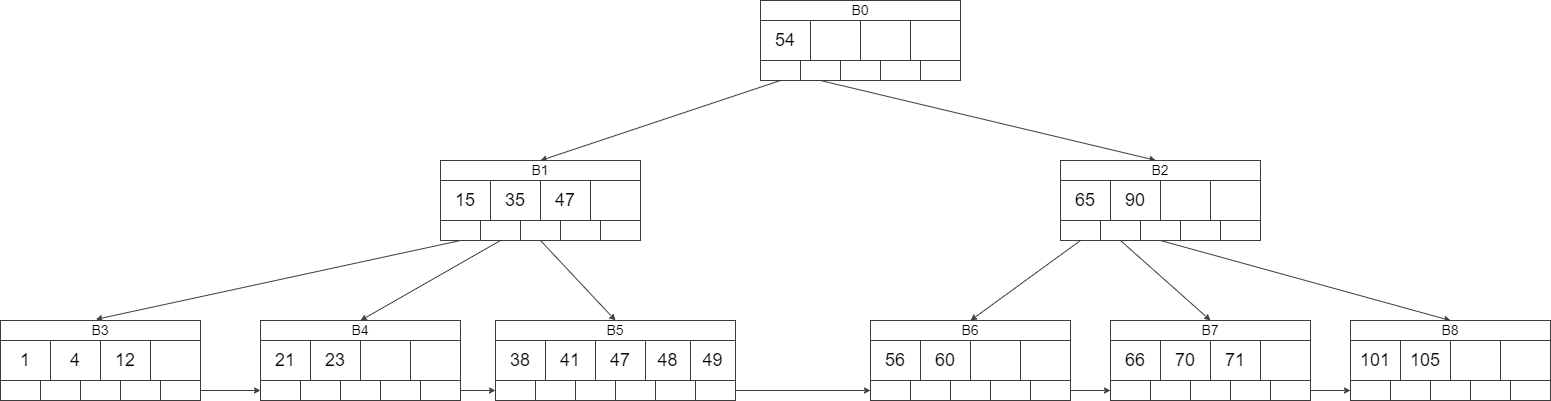
Above: Copy of HW3.drawio.png in ZhuoruLi/gitdraw (draw.io), before the change. Source tidied: cells renumbered, new cells last; positions are measured from the earlier drawing's top-left corner, leaving out a move shared by most shapes.
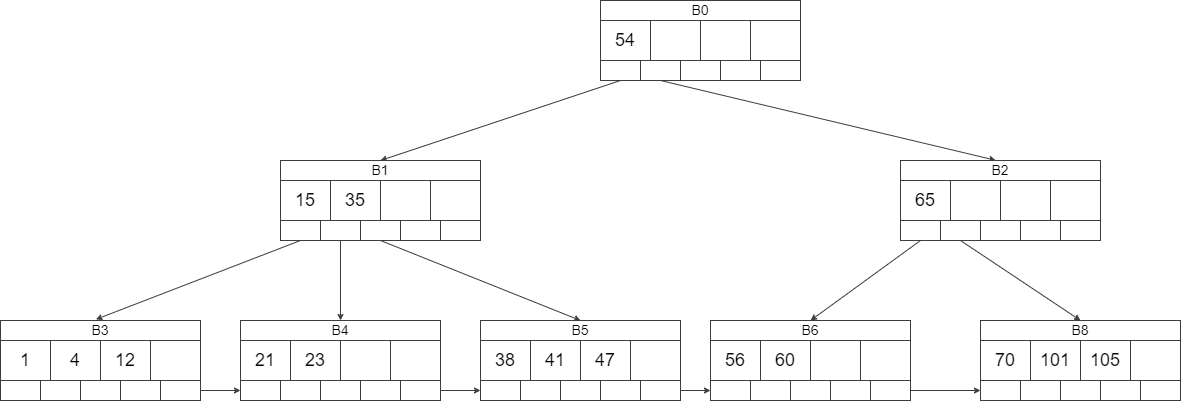
Later version of the same file.

Change to the diagram source:
```diff
@@ -47,7 +47,7 @@
     <mxCell id="16" value="35" style="rounded=0;whiteSpace=wrap;html=1;hachureGap=4;strokeColor=#3D3D3D;fontSize=18;" parent="1" vertex="1">
       <mxGeometry x="490" y="180" width="50" height="40" as="geometry" />
     </mxCell>
-    <mxCell id="17" value="47" style="rounded=0;whiteSpace=wrap;html=1;hachureGap=4;strokeColor=#3D3D3D;fontSize=18;" parent="1" vertex="1">
+    <mxCell id="17" style="rounded=0;whiteSpace=wrap;html=1;hachureGap=4;strokeColor=#3D3D3D;fontSize=18;" parent="1" vertex="1">
       <mxGeometry x="540" y="180" width="50" height="40" as="geometry" />
     </mxCell>
     <mxCell id="18" style="rounded=0;whiteSpace=wrap;html=1;hachureGap=4;strokeColor=#3D3D3D;fontSize=18;" parent="1" vertex="1">
@@ -83,7 +83,7 @@
     <mxCell id="28" value="65" style="rounded=0;whiteSpace=wrap;html=1;hachureGap=4;strokeColor=#3D3D3D;fontSize=18;" parent="1" vertex="1">
       <mxGeometry x="1060" y="180" width="50" height="40" as="geometry" />
     </mxCell>
-    <mxCell id="29" value="90" style="rounded=0;whiteSpace=wrap;html=1;hachureGap=4;strokeColor=#3D3D3D;fontSize=18;" parent="1" vertex="1">
+    <mxCell id="29" style="rounded=0;whiteSpace=wrap;html=1;hachureGap=4;strokeColor=#3D3D3D;fontSize=18;" parent="1" vertex="1">
       <mxGeometry x="1110" y="180" width="50" height="40" as="geometry" />
     </mxCell>
     <mxCell id="30" style="rounded=0;whiteSpace=wrap;html=1;hachureGap=4;strokeColor=#3D3D3D;fontSize=18;" parent="1" vertex="1">
@@ -98,7 +98,7 @@
     <mxCell id="33" style="rounded=0;whiteSpace=wrap;html=1;hachureGap=4;strokeColor=#3D3D3D;fontSize=18;" parent="1" vertex="1">
       <mxGeometry x="1060" y="220" width="40" height="20" as="geometry" />
     </mxCell>
-    <mxCell id="34" style="edgeStyle=none;curved=1;rounded=0;jettySize=auto;html=1;exitX=0.5;exitY=1;exitDx=0;exitDy=0;entryX=0.5;entryY=0;entryDx=0;entryDy=0;endArrow=classic;endFill=1;startSize=0;endSize=4;sourcePerimeterSpacing=1;targetPerimeterSpacing=0;strokeWidth=1;strokeColor=#3D3D3D;fontSize=18;" parent="1" edge="1" source="35" target="83">
+    <mxCell id="34" style="edgeStyle=none;curved=1;rounded=0;jettySize=auto;html=1;exitX=0.5;exitY=1;exitDx=0;exitDy=0;entryX=0.5;entryY=0;entryDx=0;entryDy=0;endArrow=classic;endFill=1;startSize=0;endSize=4;sourcePerimeterSpacing=1;targetPerimeterSpacing=0;strokeWidth=1;strokeColor=#3D3D3D;fontSize=18;" parent="1" edge="1" source="35" target="95">
       <mxGeometry relative="1" as="geometry" />
     </mxCell>
     <mxCell id="35" style="rounded=0;whiteSpace=wrap;html=1;hachureGap=4;strokeColor=#3D3D3D;fontSize=18;" parent="1" vertex="1">
@@ -114,103 +114,103 @@
       <mxGeometry x="1220" y="220" width="40" height="20" as="geometry" />
     </mxCell>
     <mxCell id="39" value="B3" style="rounded=0;whiteSpace=wrap;html=1;hachureGap=4;strokeColor=#3D3D3D;fontSize=14;" parent="1" vertex="1">
-      <mxGeometry y="320" width="200" height="20" as="geometry" />
+      <mxGeometry x="160" y="320" width="200" height="20" as="geometry" />
     </mxCell>
     <mxCell id="40" value="1" style="rounded=0;whiteSpace=wrap;html=1;hachureGap=4;strokeColor=#3D3D3D;fontSize=18;" parent="1" vertex="1">
-      <mxGeometry y="340" width="50" height="40" as="geometry" />
+      <mxGeometry x="160" y="340" width="50" height="40" as="geometry" />
     </mxCell>
     <mxCell id="41" value="4" style="rounded=0;whiteSpace=wrap;html=1;hachureGap=4;strokeColor=#3D3D3D;fontSize=18;" parent="1" vertex="1">
-      <mxGeometry x="50" y="340" width="50" height="40" as="geometry" />
+      <mxGeometry x="210" y="340" width="50" height="40" as="geometry" />
     </mxCell>
     <mxCell id="42" value="12" style="rounded=0;whiteSpace=wrap;html=1;hachureGap=4;strokeColor=#3D3D3D;fontSize=18;" parent="1" vertex="1">
-      <mxGeometry x="100" y="340" width="50" height="40" as="geometry" />
+      <mxGeometry x="260" y="340" width="50" height="40" as="geometry" />
     </mxCell>
     <mxCell id="43" style="rounded=0;whiteSpace=wrap;html=1;hachureGap=4;strokeColor=#3D3D3D;fontSize=18;" parent="1" vertex="1">
-      <mxGeometry x="150" y="340" width="50" height="40" as="geometry" />
+      <mxGeometry x="310" y="340" width="50" height="40" as="geometry" />
     </mxCell>
     <mxCell id="44" style="rounded=0;whiteSpace=wrap;html=1;hachureGap=4;strokeColor=#3D3D3D;fontSize=18;" parent="1" vertex="1">
-      <mxGeometry y="380" width="40" height="20" as="geometry" />
+      <mxGeometry x="160" y="380" width="40" height="20" as="geometry" />
     </mxCell>
     <mxCell id="45" style="rounded=0;whiteSpace=wrap;html=1;hachureGap=4;strokeColor=#3D3D3D;fontSize=18;" parent="1" vertex="1">
-      <mxGeometry x="40" y="380" width="40" height="20" as="geometry" />
+      <mxGeometry x="200" y="380" width="40" height="20" as="geometry" />
     </mxCell>
     <mxCell id="46" style="rounded=0;whiteSpace=wrap;html=1;hachureGap=4;strokeColor=#3D3D3D;fontSize=18;" parent="1" vertex="1">
-      <mxGeometry x="80" y="380" width="40" height="20" as="geometry" />
+      <mxGeometry x="240" y="380" width="40" height="20" as="geometry" />
     </mxCell>
     <mxCell id="47" style="rounded=0;whiteSpace=wrap;html=1;hachureGap=4;strokeColor=#3D3D3D;fontSize=18;" parent="1" vertex="1">
-      <mxGeometry x="120" y="380" width="40" height="20" as="geometry" />
+      <mxGeometry x="280" y="380" width="40" height="20" as="geometry" />
     </mxCell>
     <mxCell id="48" style="edgeStyle=none;curved=1;rounded=0;jettySize=auto;html=1;exitX=1;exitY=0.5;exitDx=0;exitDy=0;entryX=0;entryY=0.5;entryDx=0;entryDy=0;endArrow=classic;endFill=1;startSize=0;endSize=4;sourcePerimeterSpacing=1;targetPerimeterSpacing=0;strokeWidth=1;strokeColor=#3D3D3D;fontSize=18;" parent="1" edge="1" source="49" target="55">
       <mxGeometry relative="1" as="geometry" />
     </mxCell>
     <mxCell id="49" style="rounded=0;whiteSpace=wrap;html=1;hachureGap=4;strokeColor=#3D3D3D;fontSize=18;" parent="1" vertex="1">
-      <mxGeometry x="160" y="380" width="40" height="20" as="geometry" />
+      <mxGeometry x="320" y="380" width="40" height="20" as="geometry" />
     </mxCell>
     <mxCell id="50" value="B4" style="rounded=0;whiteSpace=wrap;html=1;hachureGap=4;strokeColor=#3D3D3D;fontSize=14;" parent="1" vertex="1">
-      <mxGeometry x="260" y="320" width="200" height="20" as="geometry" />
+      <mxGeometry x="400" y="320" width="200" height="20" as="geometry" />
     </mxCell>
     <mxCell id="51" value="21" style="rounded=0;whiteSpace=wrap;html=1;hachureGap=4;strokeColor=#3D3D3D;fontSize=18;" parent="1" vertex="1">
-      <mxGeometry x="260" y="340" width="50" height="40" as="geometry" />
+      <mxGeometry x="400" y="340" width="50" height="40" as="geometry" />
     </mxCell>
     <mxCell id="52" value="23" style="rounded=0;whiteSpace=wrap;html=1;hachureGap=4;strokeColor=#3D3D3D;fontSize=18;" parent="1" vertex="1">
-      <mxGeometry x="310" y="340" width="50" height="40" as="geometry" />
+      <mxGeometry x="450" y="340" width="50" height="40" as="geometry" />
     </mxCell>
     <mxCell id="53" style="rounded=0;whiteSpace=wrap;html=1;hachureGap=4;strokeColor=#3D3D3D;fontSize=18;" parent="1" vertex="1">
-      <mxGeometry x="360" y="340" width="50" height="40" as="geometry" />
+      <mxGeometry x="500" y="340" width="50" height="40" as="geometry" />
     </mxCell>
     <mxCell id="54" style="rounded=0;whiteSpace=wrap;html=1;hachureGap=4;strokeColor=#3D3D3D;fontSize=18;" parent="1" vertex="1">
-      <mxGeometry x="410" y="340" width="50" height="40" as="geometry" />
+      <mxGeometry x="550" y="340" width="50" height="40" as="geometry" />
     </mxCell>
     <mxCell id="55" style="rounded=0;whiteSpace=wrap;html=1;hachureGap=4;strokeColor=#3D3D3D;fontSize=18;" parent="1" vertex="1">
-      <mxGeometry x="260" y="380" width="40" height="20" as="geometry" />
+      <mxGeometry x="400" y="380" width="40" height="20" as="geometry" />
     </mxCell>
     <mxCell id="56" style="rounded=0;whiteSpace=wrap;html=1;hachureGap=4;strokeColor=#3D3D3D;fontSize=18;" parent="1" vertex="1">
-      <mxGeometry x="300" y="380" width="40" height="20" as="geometry" />
+      <mxGeometry x="440" y="380" width="40" height="20" as="geometry" />
     </mxCell>
     <mxCell id="57" style="rounded=0;whiteSpace=wrap;html=1;hachureGap=4;strokeColor=#3D3D3D;fontSize=18;" parent="1" vertex="1">
-      <mxGeometry x="340" y="380" width="40" height="20" as="geometry" />
+      <mxGeometry x="480" y="380" width="40" height="20" as="geometry" />
     </mxCell>
     <mxCell id="58" style="rounded=0;whiteSpace=wrap;html=1;hachureGap=4;strokeColor=#3D3D3D;fontSize=18;" parent="1" vertex="1">
-      <mxGeometry x="380" y="380" width="40" height="20" as="geometry" />
+      <mxGeometry x="520" y="380" width="40" height="20" as="geometry" />
     </mxCell>
     <mxCell id="59" style="edgeStyle=none;curved=1;rounded=0;jettySize=auto;html=1;exitX=1;exitY=0.5;exitDx=0;exitDy=0;entryX=0;entryY=0.5;entryDx=0;entryDy=0;endArrow=classic;endFill=1;startSize=0;endSize=4;sourcePerimeterSpacing=1;targetPerimeterSpacing=0;strokeWidth=1;strokeColor=#3D3D3D;fontSize=18;" parent="1" edge="1" source="60" target="66">
       <mxGeometry relative="1" as="geometry" />
     </mxCell>
     <mxCell id="60" style="rounded=0;whiteSpace=wrap;html=1;hachureGap=4;strokeColor=#3D3D3D;fontSize=18;" parent="1" vertex="1">
-      <mxGeometry x="420" y="380" width="40" height="20" as="geometry" />
+      <mxGeometry x="560" y="380" width="40" height="20" as="geometry" />
     </mxCell>
     <mxCell id="61" value="B5" style="rounded=0;whiteSpace=wrap;html=1;hachureGap=4;strokeColor=#3D3D3D;fontSize=14;" parent="1" vertex="1">
-      <mxGeometry x="495" y="320" width="240" height="20" as="geometry" />
+      <mxGeometry x="640" y="320" width="200" height="20" as="geometry" />
     </mxCell>
     <mxCell id="62" value="38" style="rounded=0;whiteSpace=wrap;html=1;hachureGap=4;strokeColor=#3D3D3D;fontSize=18;" parent="1" vertex="1">
-      <mxGeometry x="495" y="340" width="50" height="40" as="geometry" />
+      <mxGeometry x="640" y="340" width="50" height="40" as="geometry" />
     </mxCell>
     <mxCell id="63" value="41" style="rounded=0;whiteSpace=wrap;html=1;hachureGap=4;strokeColor=#3D3D3D;fontSize=18;" parent="1" vertex="1">
-      <mxGeometry x="545" y="340" width="50" height="40" as="geometry" />
+      <mxGeometry x="690" y="340" width="50" height="40" as="geometry" />
     </mxCell>
     <mxCell id="64" value="47" style="rounded=0;whiteSpace=wrap;html=1;hachureGap=4;strokeColor=#3D3D3D;fontSize=18;" parent="1" vertex="1">
-      <mxGeometry x="595" y="340" width="50" height="40" as="geometry" />
+      <mxGeometry x="740" y="340" width="50" height="40" as="geometry" />
     </mxCell>
-    <mxCell id="65" value="48" style="rounded=0;whiteSpace=wrap;html=1;hachureGap=4;strokeColor=#3D3D3D;fontSize=18;" parent="1" vertex="1">
-      <mxGeometry x="645" y="340" width="45" height="40" as="geometry" />
+    <mxCell id="65" style="rounded=0;whiteSpace=wrap;html=1;hachureGap=4;strokeColor=#3D3D3D;fontSize=18;" parent="1" vertex="1">
+      <mxGeometry x="790" y="340" width="50" height="40" as="geometry" />
     </mxCell>
     <mxCell id="66" style="rounded=0;whiteSpace=wrap;html=1;hachureGap=4;strokeColor=#3D3D3D;fontSize=18;" parent="1" vertex="1">
-      <mxGeometry x="495" y="380" width="40" height="20" as="geometry" />
+      <mxGeometry x="640" y="380" width="40" height="20" as="geometry" />
     </mxCell>
     <mxCell id="67" style="rounded=0;whiteSpace=wrap;html=1;hachureGap=4;strokeColor=#3D3D3D;fontSize=18;" parent="1" vertex="1">
-      <mxGeometry x="535" y="380" width="40" height="20" as="geometry" />
+      <mxGeometry x="680" y="380" width="40" height="20" as="geometry" />
     </mxCell>
     <mxCell id="68" style="rounded=0;whiteSpace=wrap;html=1;hachureGap=4;strokeColor=#3D3D3D;fontSize=18;" parent="1" vertex="1">
-      <mxGeometry x="575" y="380" width="40" height="20" as="geometry" />
+      <mxGeometry x="720" y="380" width="40" height="20" as="geometry" />
     </mxCell>
     <mxCell id="69" style="rounded=0;whiteSpace=wrap;html=1;hachureGap=4;strokeColor=#3D3D3D;fontSize=18;" parent="1" vertex="1">
-      <mxGeometry x="615" y="380" width="40" height="20" as="geometry" />
+      <mxGeometry x="760" y="380" width="40" height="20" as="geometry" />
     </mxCell>
     <mxCell id="70" style="edgeStyle=none;curved=1;rounded=0;jettySize=auto;html=1;exitX=1;exitY=0.5;exitDx=0;exitDy=0;entryX=0;entryY=0.5;entryDx=0;entryDy=0;endArrow=classic;endFill=1;startSize=0;endSize=4;sourcePerimeterSpacing=1;targetPerimeterSpacing=0;strokeWidth=1;strokeColor=#3D3D3D;fontSize=18;" parent="1" edge="1" source="71" target="77">
       <mxGeometry relative="1" as="geometry" />
     </mxCell>
     <mxCell id="71" style="rounded=0;whiteSpace=wrap;html=1;hachureGap=4;strokeColor=#3D3D3D;fontSize=18;" parent="1" vertex="1">
-      <mxGeometry x="695" y="380" width="40" height="20" as="geometry" />
+      <mxGeometry x="800" y="380" width="40" height="20" as="geometry" />
     </mxCell>
     <mxCell id="72" value="B6" style="rounded=0;whiteSpace=wrap;html=1;hachureGap=4;strokeColor=#3D3D3D;fontSize=14;" parent="1" vertex="1">
       <mxGeometry x="870" y="320" width="200" height="20" as="geometry" />
@@ -239,85 +239,41 @@
     <mxCell id="80" style="rounded=0;whiteSpace=wrap;html=1;hachureGap=4;strokeColor=#3D3D3D;fontSize=18;" parent="1" vertex="1">
       <mxGeometry x="990" y="380" width="40" height="20" as="geometry" />
     </mxCell>
-    <mxCell id="81" style="edgeStyle=none;curved=1;rounded=0;jettySize=auto;html=1;exitX=1;exitY=0.5;exitDx=0;exitDy=0;entryX=0;entryY=0.5;entryDx=0;entryDy=0;endArrow=classic;endFill=1;startSize=0;endSize=4;sourcePerimeterSpacing=1;targetPerimeterSpacing=0;strokeWidth=1;strokeColor=#3D3D3D;fontSize=18;" parent="1" edge="1" source="82" target="88">
+    <mxCell id="81" style="edgeStyle=none;curved=1;rounded=0;jettySize=auto;html=1;exitX=1;exitY=0.5;exitDx=0;exitDy=0;entryX=0;entryY=0.5;entryDx=0;entryDy=0;endArrow=classic;endFill=1;startSize=0;endSize=4;sourcePerimeterSpacing=1;targetPerimeterSpacing=0;strokeWidth=1;strokeColor=#3D3D3D;fontSize=18;" parent="1" edge="1" source="82" target="100">
       <mxGeometry relative="1" as="geometry" />
     </mxCell>
     <mxCell id="82" style="rounded=0;whiteSpace=wrap;html=1;hachureGap=4;strokeColor=#3D3D3D;fontSize=18;" parent="1" vertex="1">
       <mxGeometry x="1030" y="380" width="40" height="20" as="geometry" />
     </mxCell>
-    <mxCell id="83" value="B7" style="rounded=0;whiteSpace=wrap;html=1;hachureGap=4;strokeColor=#3D3D3D;fontSize=14;" parent="1" vertex="1">
-      <mxGeometry x="1110" y="320" width="200" height="20" as="geometry" />
-    </mxCell>
-    <mxCell id="84" value="66" style="rounded=0;whiteSpace=wrap;html=1;hachureGap=4;strokeColor=#3D3D3D;fontSize=18;" parent="1" vertex="1">
-      <mxGeometry x="1110" y="340" width="50" height="40" as="geometry" />
-    </mxCell>
-    <mxCell id="85" value="70" style="rounded=0;whiteSpace=wrap;html=1;hachureGap=4;strokeColor=#3D3D3D;fontSize=18;" parent="1" vertex="1">
-      <mxGeometry x="1160" y="340" width="50" height="40" as="geometry" />
-    </mxCell>
-    <mxCell id="86" value="71" style="rounded=0;whiteSpace=wrap;html=1;hachureGap=4;strokeColor=#3D3D3D;fontSize=18;" parent="1" vertex="1">
-      <mxGeometry x="1210" y="340" width="50" height="40" as="geometry" />
-    </mxCell>
-    <mxCell id="87" style="rounded=0;whiteSpace=wrap;html=1;hachureGap=4;strokeColor=#3D3D3D;fontSize=18;" parent="1" vertex="1">
-      <mxGeometry x="1260" y="340" width="50" height="40" as="geometry" />
-    </mxCell>
-    <mxCell id="88" style="rounded=0;whiteSpace=wrap;html=1;hachureGap=4;strokeColor=#3D3D3D;fontSize=18;" parent="1" vertex="1">
-      <mxGeometry x="1110" y="380" width="40" height="20" as="geometry" />
-    </mxCell>
-    <mxCell id="89" style="rounded=0;whiteSpace=wrap;html=1;hachureGap=4;strokeColor=#3D3D3D;fontSize=18;" parent="1" vertex="1">
-      <mxGeometry x="1150" y="380" width="40" height="20" as="geometry" />
-    </mxCell>
-    <mxCell id="90" style="rounded=0;whiteSpace=wrap;html=1;hachureGap=4;strokeColor=#3D3D3D;fontSize=18;" parent="1" vertex="1">
-      <mxGeometry x="1190" y="380" width="40" height="20" as="geometry" />
-    </mxCell>
-    <mxCell id="91" style="rounded=0;whiteSpace=wrap;html=1;hachureGap=4;strokeColor=#3D3D3D;fontSize=18;" parent="1" vertex="1">
-      <mxGeometry x="1230" y="380" width="40" height="20" as="geometry" />
-    </mxCell>
-    <mxCell id="92" style="rounded=0;whiteSpace=wrap;html=1;hachureGap=4;strokeColor=#3D3D3D;fontSize=18;" parent="1" vertex="1">
-      <mxGeometry x="1270" y="380" width="40" height="20" as="geometry" />
-    </mxCell>
-    <mxCell id="93" style="edgeStyle=none;curved=1;rounded=0;jettySize=auto;html=1;exitX=0.5;exitY=1;exitDx=0;exitDy=0;endArrow=classic;endFill=1;startSize=0;endSize=4;sourcePerimeterSpacing=1;targetPerimeterSpacing=0;strokeWidth=1;strokeColor=#3D3D3D;fontSize=18;entryX=0.5;entryY=0;entryDx=0;entryDy=0;" parent="1" edge="1" source="36" target="95">
-      <mxGeometry relative="1" as="geometry" />
-    </mxCell>
-    <mxCell id="94" style="edgeStyle=none;curved=1;rounded=0;jettySize=auto;html=1;exitX=1;exitY=0.5;exitDx=0;exitDy=0;entryX=0;entryY=0.5;entryDx=0;entryDy=0;endArrow=classic;endFill=1;startSize=0;endSize=4;sourcePerimeterSpacing=1;targetPerimeterSpacing=0;strokeWidth=1;strokeColor=#3D3D3D;fontSize=18;" parent="1" edge="1" target="100">
-      <mxGeometry relative="1" as="geometry">
-        <mxPoint x="1310" y="390" as="sourcePoint" />
-      </mxGeometry>
-    </mxCell>
     <mxCell id="95" value="B8" style="rounded=0;whiteSpace=wrap;html=1;hachureGap=4;strokeColor=#3D3D3D;fontSize=14;" parent="1" vertex="1">
-      <mxGeometry x="1350" y="320" width="200" height="20" as="geometry" />
+      <mxGeometry x="1140" y="320" width="200" height="20" as="geometry" />
     </mxCell>
     <mxCell id="96" value="101" style="rounded=0;whiteSpace=wrap;html=1;hachureGap=4;strokeColor=#3D3D3D;fontSize=18;" parent="1" vertex="1">
-      <mxGeometry x="1350" y="340" width="50" height="40" as="geometry" />
+      <mxGeometry x="1190" y="340" width="50" height="40" as="geometry" />
     </mxCell>
     <mxCell id="97" value="105" style="rounded=0;whiteSpace=wrap;html=1;hachureGap=4;strokeColor=#3D3D3D;fontSize=18;" parent="1" vertex="1">
-      <mxGeometry x="1400" y="340" width="50" height="40" as="geometry" />
+      <mxGeometry x="1240" y="340" width="50" height="40" as="geometry" />
     </mxCell>
-    <mxCell id="98" style="rounded=0;whiteSpace=wrap;html=1;hachureGap=4;strokeColor=#3D3D3D;fontSize=18;" parent="1" vertex="1">
-      <mxGeometry x="1450" y="340" width="50" height="40" as="geometry" />
+    <mxCell id="98" value="70" style="rounded=0;whiteSpace=wrap;html=1;hachureGap=4;strokeColor=#3D3D3D;fontSize=18;" parent="1" vertex="1">
+      <mxGeometry x="1140" y="340" width="50" height="40" as="geometry" />
     </mxCell>
     <mxCell id="99" style="rounded=0;whiteSpace=wrap;html=1;hachureGap=4;strokeColor=#3D3D3D;fontSize=18;" parent="1" vertex="1">
-      <mxGeometry x="1500" y="340" width="50" height="40" as="geometry" />
+      <mxGeometry x="1290" y="340" width="50" height="40" as="geometry" />
     </mxCell>
     <mxCell id="100" style="rounded=0;whiteSpace=wrap;html=1;hachureGap=4;strokeColor=#3D3D3D;fontSize=18;" parent="1" vertex="1">
-      <mxGeometry x="1350" y="380" width="40" height="20" as="geometry" />
+      <mxGeometry x="1140" y="380" width="40" height="20" as="geometry" />
     </mxCell>
     <mxCell id="101" style="rounded=0;whiteSpace=wrap;html=1;hachureGap=4;strokeColor=#3D3D3D;fontSize=18;" parent="1" vertex="1">
-      <mxGeometry x="1390" y="380" width="40" height="20" as="geometry" />
+      <mxGeometry x="1180" y="380" width="40" height="20" as="geometry" />
     </mxCell>
     <mxCell id="102" style="rounded=0;whiteSpace=wrap;html=1;hachureGap=4;strokeColor=#3D3D3D;fontSize=18;" parent="1" vertex="1">
-      <mxGeometry x="1430" y="380" width="40" height="20" as="geometry" />
+      <mxGeometry x="1220" y="380" width="40" height="20" as="geometry" />
     </mxCell>
     <mxCell id="103" style="rounded=0;whiteSpace=wrap;html=1;hachureGap=4;strokeColor=#3D3D3D;fontSize=18;" parent="1" vertex="1">
-      <mxGeometry x="1470" y="380" width="40" height="20" as="geometry" />
+      <mxGeometry x="1260" y="380" width="40" height="20" as="geometry" />
     </mxCell>
     <mxCell id="104" style="rounded=0;whiteSpace=wrap;html=1;hachureGap=4;strokeColor=#3D3D3D;fontSize=18;" parent="1" vertex="1">
-      <mxGeometry x="1510" y="380" width="40" height="20" as="geometry" />
+      <mxGeometry x="1300" y="380" width="40" height="20" as="geometry" />
     </mxCell>
-    <mxCell id="105" style="rounded=0;whiteSpace=wrap;html=1;hachureGap=4;strokeColor=#3D3D3D;fontSize=18;" parent="1" vertex="1">
-      <mxGeometry x="655" y="380" width="40" height="20" as="geometry" />
-    </mxCell>
-    <mxCell id="106" value="49" style="rounded=0;whiteSpace=wrap;html=1;hachureGap=4;strokeColor=#3D3D3D;fontSize=18;" parent="1" vertex="1">
-      <mxGeometry x="690" y="340" width="45" height="40" as="geometry" />
-    </mxCell>
   </root>
 </mxGraphModel>
```
